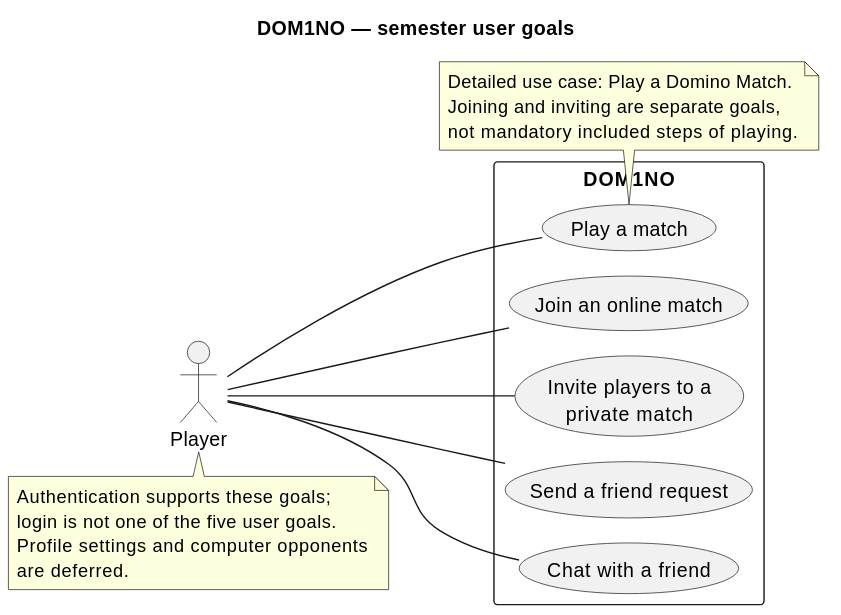
fearless-dhbw/dom1no keeps this PlantUML diagram as docs/diagrams/overall-use-cases.svg. Above is the earlier version.
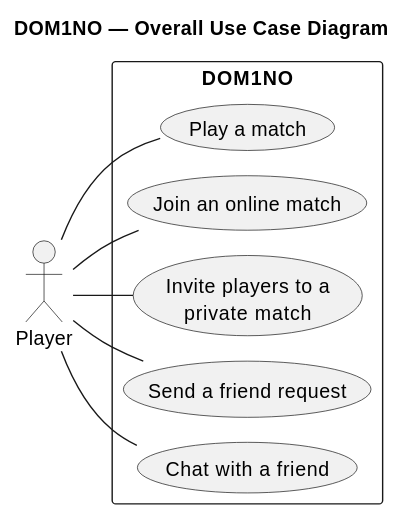
The same file after the commit.

Diff of the diagram source:
```diff
@@ -1,10 +1,12 @@
 @startuml
 !pragma layout smetana
-title DOM1NO — semester user goals
+title DOM1NO — Overall Use Case Diagram
 left to right direction
 skinparam shadowing false
 skinparam defaultFontName SansSerif
+
 actor Player
+
 rectangle "DOM1NO" {
   usecase "Play a match" as Play
   usecase "Join an online match" as Join
@@ -12,20 +14,10 @@
   usecase "Send a friend request" as Request
   usecase "Chat with a friend" as Chat
 }
+
 Player -- Play
 Player -- Join
 Player -- Invite
 Player -- Request
 Player -- Chat
-note bottom of Play
-  Detailed use case: Play a Domino Match.
-  Joining and inviting are separate goals,
-  not mandatory included steps of playing.
-end note
-note bottom of Player
-  Authentication supports these goals;
-  login is not one of the five user goals.
-  Profile settings and computer opponents
-  are deferred.
-end note
 @enduml
```
